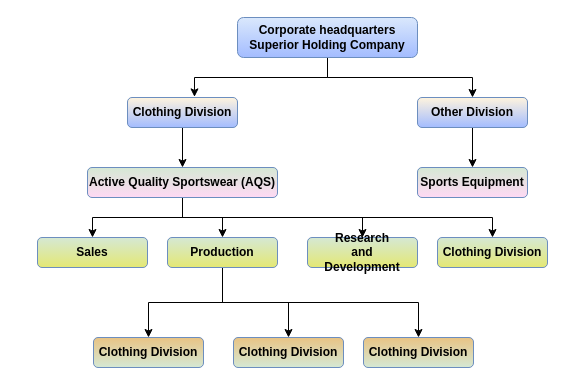
Before: Untitled Diagram.drawio in rajeshpv-common/my-drawio, a draw.io diagram. Source tidied: cells renumbered, new cells numbered last; positions are measured from the earlier drawing's top-left corner, leaving out a move shared by most shapes. Both pictures are drawn from the tidied source at 100%, with x=0, y=0 at pixel (37, 17).
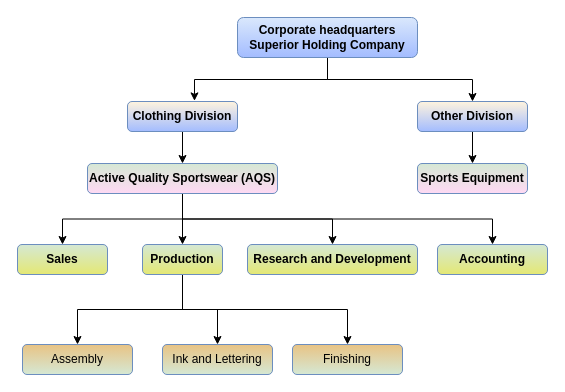
After the change.

The edit, as a diff of the source:
```diff
@@
     <mxCell id="6" value="Clothing Division" style="rounded=1;whiteSpace=wrap;html=1;fillColor=#FFF4DE;strokeColor=#6c8ebf;shadow=0;gradientColor=#A3BCFF;gradientDirection=south;fontStyle=1;" parent="1" vertex="1">
-      <mxGeometry x="90" y="80" width="110" height="30" as="geometry" />
+      <mxGeometry x="90" y="84" width="110" height="30" as="geometry" />
     </mxCell>
@@
     <mxCell id="8" value="Other Division" style="rounded=1;whiteSpace=wrap;html=1;fillColor=#FFF4DE;strokeColor=#6c8ebf;shadow=0;gradientColor=#A3BCFF;gradientDirection=south;fontStyle=1;" parent="1" vertex="1">
-      <mxGeometry x="380" y="80" width="110" height="30" as="geometry" />
+      <mxGeometry x="380" y="84" width="110" height="30" as="geometry" />
     </mxCell>
@@
     <mxCell id="13" value="Active Quality Sportswear (AQS)" style="rounded=1;whiteSpace=wrap;html=1;fillColor=#D5E8D4;strokeColor=#6c8ebf;shadow=0;gradientColor=#FFD9F4;gradientDirection=south;fontStyle=1;" parent="1" vertex="1">
-      <mxGeometry x="50" y="150" width="190" height="30" as="geometry" />
+      <mxGeometry x="50" y="146" width="190" height="30" as="geometry" />
     </mxCell>
     <mxCell id="14" value="Sports Equipment" style="rounded=1;whiteSpace=wrap;html=1;fillColor=#D5E8D4;strokeColor=#6c8ebf;shadow=0;gradientColor=#FFD9F4;gradientDirection=south;fontStyle=1;" parent="1" vertex="1">
-      <mxGeometry x="380" y="150" width="110" height="30" as="geometry" />
+      <mxGeometry x="380" y="146" width="110" height="30" as="geometry" />
     </mxCell>
     <mxCell id="15" value="Sales" style="rounded=1;whiteSpace=wrap;html=1;fillColor=#D5E8D4;strokeColor=#6c8ebf;shadow=0;gradientColor=#E4E874;gradientDirection=south;fontStyle=1;" parent="1" vertex="1">
-      <mxGeometry y="220" width="110" height="30" as="geometry" />
+      <mxGeometry x="-20" y="227" width="90" height="30" as="geometry" />
     </mxCell>
@@
     <mxCell id="19" value="Production" style="rounded=1;whiteSpace=wrap;html=1;fillColor=#D5E8D4;strokeColor=#6c8ebf;shadow=0;gradientColor=#E4E874;gradientDirection=south;fontStyle=1;" parent="1" vertex="1">
-      <mxGeometry x="130" y="220" width="110" height="30" as="geometry" />
+      <mxGeometry x="105" y="227" width="80" height="30" as="geometry" />
     </mxCell>
-    <mxCell id="20" value="Research &lt;br&gt;and &lt;br&gt;Development" style="rounded=1;whiteSpace=wrap;html=1;fillColor=#D5E8D4;strokeColor=#6c8ebf;shadow=0;gradientColor=#E4E874;gradientDirection=south;fontStyle=1;" parent="1" vertex="1">
-      <mxGeometry x="270" y="220" width="110" height="30" as="geometry" />
+    <mxCell id="20" value="Research and Development" style="rounded=1;whiteSpace=wrap;html=1;fillColor=#D5E8D4;strokeColor=#6c8ebf;shadow=0;gradientColor=#E4E874;gradientDirection=south;fontStyle=1;" parent="1" vertex="1">
+      <mxGeometry x="210" y="227" width="170" height="30" as="geometry" />
     </mxCell>
-    <mxCell id="21" value="Clothing Division" style="rounded=1;whiteSpace=wrap;html=1;fillColor=#D5E8D4;strokeColor=#6c8ebf;shadow=0;gradientColor=#E4E874;gradientDirection=south;fontStyle=1;" parent="1" vertex="1">
-      <mxGeometry x="400" y="220" width="110" height="30" as="geometry" />
+    <mxCell id="21" value="Accounting" style="rounded=1;whiteSpace=wrap;html=1;fillColor=#D5E8D4;strokeColor=#6c8ebf;shadow=0;gradientColor=#E4E874;gradientDirection=south;fontStyle=1;" parent="1" vertex="1">
+      <mxGeometry x="400" y="227" width="110" height="30" as="geometry" />
     </mxCell>
-    <mxCell id="22" value="Clothing Division" style="rounded=1;whiteSpace=wrap;html=1;fillColor=#E8C384;strokeColor=#6c8ebf;shadow=0;gradientColor=#D5E8D4;gradientDirection=south;fontStyle=1;" parent="1" vertex="1">
-      <mxGeometry x="56" y="320" width="110" height="30" as="geometry" />
+    <mxCell id="22" value="Assembly" style="rounded=1;whiteSpace=wrap;html=1;fillColor=#E8C384;strokeColor=#6c8ebf;shadow=0;gradientColor=#D5E8D4;gradientDirection=south;fontStyle=0;" parent="1" vertex="1">
+      <mxGeometry x="-15" y="327" width="110" height="30" as="geometry" />
     </mxCell>
-    <mxCell id="23" value="Clothing Division" style="rounded=1;whiteSpace=wrap;html=1;fillColor=#E8C384;strokeColor=#6c8ebf;shadow=0;gradientColor=#D5E8D4;gradientDirection=south;fontStyle=1;" parent="1" vertex="1">
-      <mxGeometry x="196" y="320" width="110" height="30" as="geometry" />
+    <mxCell id="23" value="Ink and Lettering" style="rounded=1;whiteSpace=wrap;html=1;fillColor=#E8C384;strokeColor=#6c8ebf;shadow=0;gradientColor=#D5E8D4;gradientDirection=south;fontStyle=0;" parent="1" vertex="1">
+      <mxGeometry x="125" y="327" width="110" height="30" as="geometry" />
     </mxCell>
-    <mxCell id="24" value="Clothing Division" style="rounded=1;whiteSpace=wrap;html=1;fillColor=#E8C384;strokeColor=#6c8ebf;shadow=0;gradientColor=#D5E8D4;gradientDirection=south;fontStyle=1;" parent="1" vertex="1">
-      <mxGeometry x="326" y="320" width="110" height="30" as="geometry" />
+    <mxCell id="24" value="Finishing" style="rounded=1;whiteSpace=wrap;html=1;fillColor=#E8C384;strokeColor=#6c8ebf;shadow=0;gradientColor=#D5E8D4;gradientDirection=south;fontStyle=0;" parent="1" vertex="1">
+      <mxGeometry x="255" y="327" width="110" height="30" as="geometry" />
     </mxCell>
```
